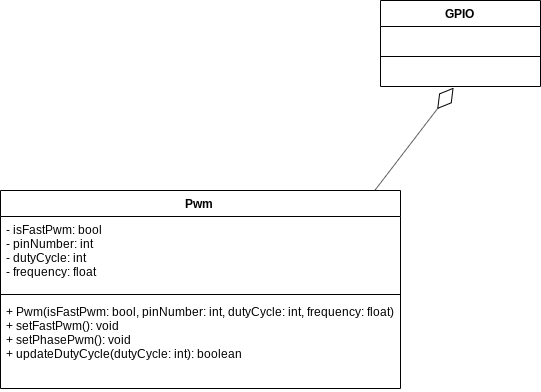
Before: pwm/diagrama.png, a diagram exported from draw.io (Danehko/STE). Source tidied: cells renumbered, new cells last; positions are measured from the earlier drawing's top-left corner, leaving out a move shared by most shapes.
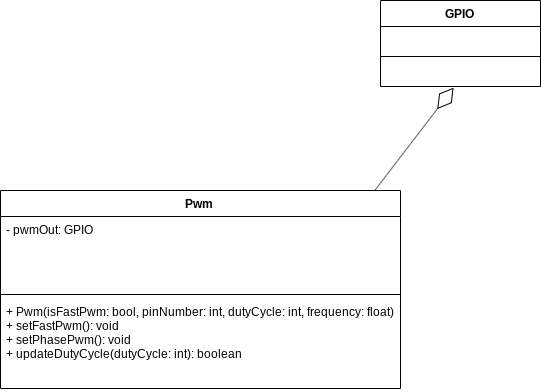
Later version of the same file.

Commit message:
Adicionado diagrama

Change to the diagram source:
```diff
@@ -5,7 +5,7 @@
     <mxCell id="2" value="Pwm" style="swimlane;fontStyle=1;align=center;verticalAlign=top;horizontal=1;startSize=26;" parent="1" vertex="1">
       <mxGeometry y="190" width="400" height="198" as="geometry" />
     </mxCell>
-    <mxCell id="3" value="- isFastPwm: bool&#10;- pinNumber: int&#10;- dutyCycle: int&#10;- frequency: float" style="text;strokeColor=none;fillColor=none;align=left;verticalAlign=top;spacingLeft=4;spacingRight=4;overflow=hidden;" parent="2" vertex="1">
+    <mxCell id="3" value="- pwmOut: GPIO" style="text;strokeColor=none;fillColor=none;align=left;verticalAlign=top;spacingLeft=4;spacingRight=4;overflow=hidden;" parent="2" vertex="1">
       <mxGeometry y="26" width="400" height="74" as="geometry" />
     </mxCell>
     <mxCell id="4" style="line;strokeWidth=1;fillColor=none;align=left;verticalAlign=middle;spacingTop=-1;spacingLeft=3;spacingRight=3;labelPosition=right;" parent="2" vertex="1">
```
